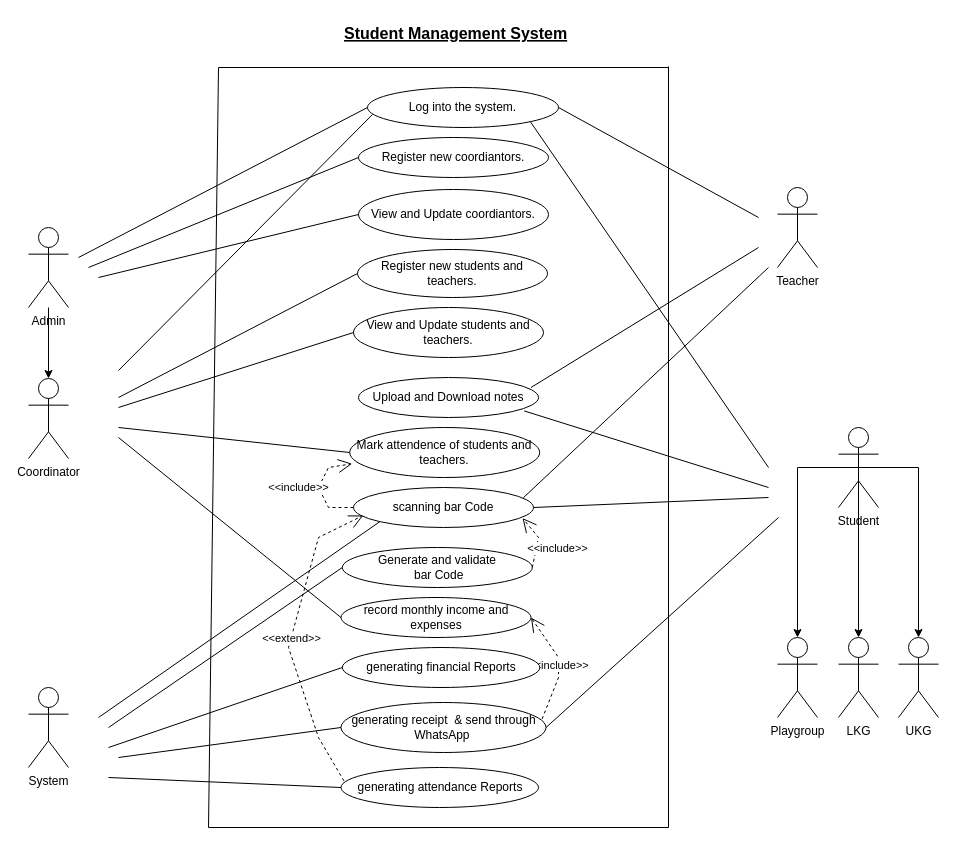
Before: UseCase.drawio in Dulara-Akalanka/Group-Software-Project, a draw.io diagram. Source tidied: cells renumbered, new cells numbered last; positions are measured from the earlier drawing's top-left corner, leaving out a move shared by most shapes. Both pictures are drawn from the tidied source at 100%, with x=0, y=0 at pixel (28, 17).
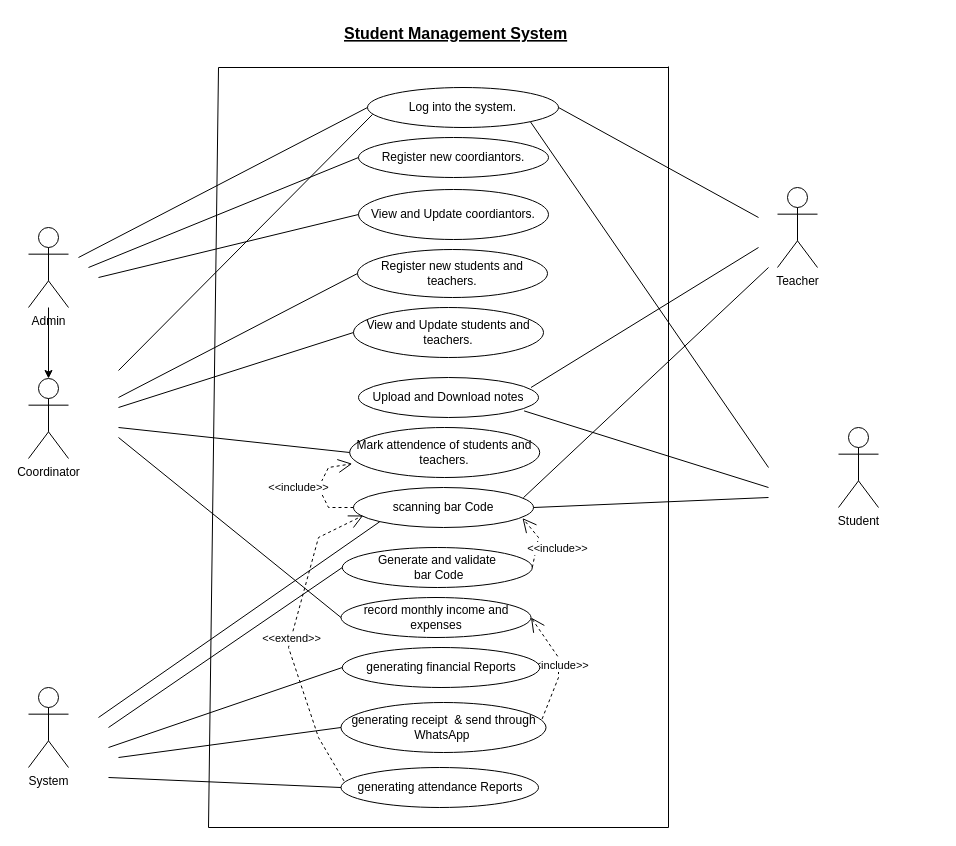
The same diagram, later.

Unchanged cells that the change refers to:
```xml
<mxCell id="15" value="Student" style="shape=umlActor;verticalLabelPosition=bottom;verticalAlign=top;html=1;" parent="1" vertex="1">
  <mxGeometry x="810" y="410" width="40" height="80" as="geometry" />
</mxCell>
<mxCell id="31" value="generating receipt&amp;nbsp; &amp;amp; send through WhatsApp&amp;nbsp;" style="ellipse;whiteSpace=wrap;html=1;" parent="1" vertex="1">
  <mxGeometry x="312.5" y="685" width="205" height="50" as="geometry" />
</mxCell>
```

The edit, as a diff of the source:
```diff
@@
-    <mxCell id="12" style="edgeStyle=orthogonalEdgeStyle;rounded=0;jettySize=auto;html=1;exitX=0.5;exitY=0.5;exitDx=0;exitDy=0;exitPerimeter=0;entryX=0.5;entryY=0;entryDx=0;entryDy=0;entryPerimeter=0;" parent="1" edge="1" source="15" target="16">
-      <mxGeometry relative="1" as="geometry" />
-    </mxCell>
-    <mxCell id="13" style="edgeStyle=orthogonalEdgeStyle;rounded=0;jettySize=auto;html=1;exitX=0.5;exitY=0.5;exitDx=0;exitDy=0;exitPerimeter=0;entryX=0.5;entryY=0;entryDx=0;entryDy=0;entryPerimeter=0;" parent="1" edge="1" source="15" target="17">
-      <mxGeometry relative="1" as="geometry" />
-    </mxCell>
-    <mxCell id="14" style="edgeStyle=orthogonalEdgeStyle;rounded=0;jettySize=auto;html=1;exitX=0.5;exitY=0.5;exitDx=0;exitDy=0;exitPerimeter=0;entryX=0.5;entryY=0;entryDx=0;entryDy=0;entryPerimeter=0;" parent="1" edge="1" source="15" target="18">
-      <mxGeometry relative="1" as="geometry" />
-    </mxCell>
@@
-    <mxCell id="16" value="Playgroup" style="shape=umlActor;verticalLabelPosition=bottom;verticalAlign=top;html=1;" parent="1" vertex="1">
-      <mxGeometry x="749" y="620" width="40" height="80" as="geometry" />
-    </mxCell>
-    <mxCell id="17" value="LKG" style="shape=umlActor;verticalLabelPosition=bottom;verticalAlign=top;html=1;" parent="1" vertex="1">
-      <mxGeometry x="810" y="620" width="40" height="80" as="geometry" />
-    </mxCell>
-    <mxCell id="18" value="UKG" style="shape=umlActor;verticalLabelPosition=bottom;verticalAlign=top;html=1;" parent="1" vertex="1">
-      <mxGeometry x="870" y="620" width="40" height="80" as="geometry" />
-    </mxCell>
@@
-    <mxCell id="33" style="endArrow=none;html=1;rounded=0;exitX=1;exitY=0.5;exitDx=0;exitDy=0;" parent="1" edge="1" source="31">
-      <mxGeometry relative="1" as="geometry">
-        <mxPoint x="750" y="500" as="targetPoint" />
-      </mxGeometry>
-    </mxCell>
```
